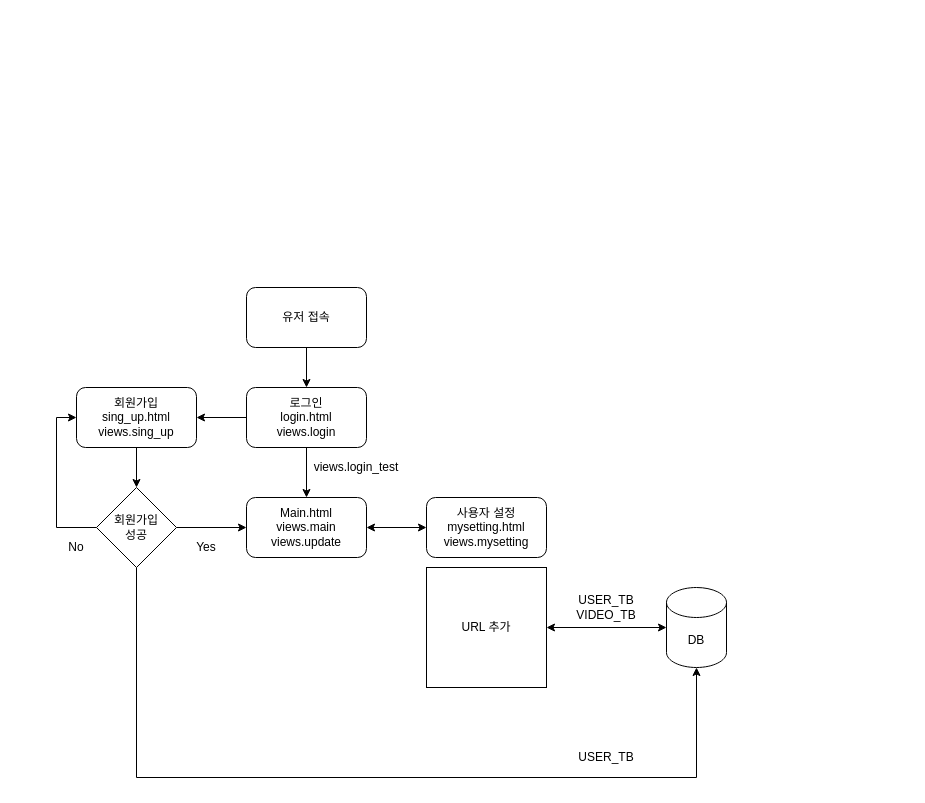
Earlier version of the draw.io diagram my_cache_server.drawio (MyaGya/my_cache_server). Source tidied: cells renumbered, new cells numbered last; positions are measured from the earlier drawing's top-left corner, leaving out a move shared by most shapes. Both pictures are drawn from the tidied source at 100%, with x=0, y=0 at pixel (56, 287).
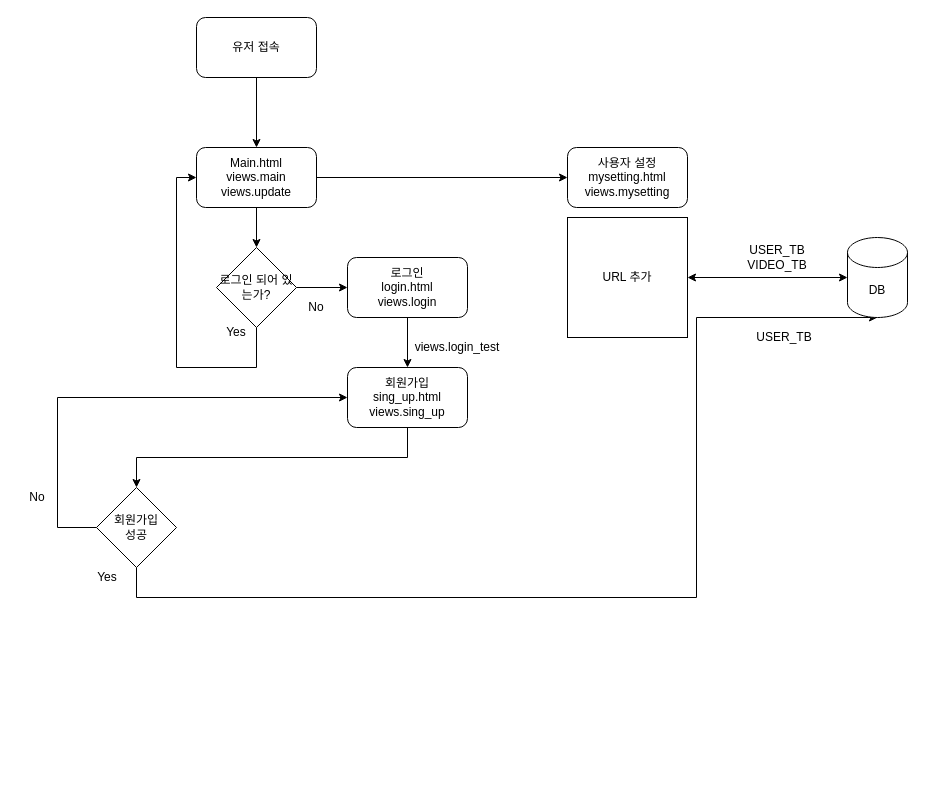
Above is the later version.

Unchanged cells that the change refers to:
```xml
<mxCell id="17" value="회원가입&lt;br&gt;성공" style="rhombus;whiteSpace=wrap;html=1;" parent="1" vertex="1">
  <mxGeometry x="40" y="200" width="80" height="80" as="geometry" />
</mxCell>
```

What changed in the source:
```diff
@@
-    <mxCell id="2" style="edgeStyle=orthogonalEdgeStyle;rounded=0;jettySize=auto;html=1;exitX=0.5;exitY=1;exitDx=0;exitDy=0;" parent="1" edge="1" source="3" target="5">
-      <mxGeometry relative="1" as="geometry" />
-    </mxCell>
+    <mxCell id="24" style="edgeStyle=orthogonalEdgeStyle;rounded=0;jettySize=auto;html=1;" parent="1" edge="1" source="3" target="6">
+      <mxGeometry relative="1" as="geometry" />
+    </mxCell>
     <mxCell id="3" value="유저 접속&lt;br&gt;" style="rounded=1;whiteSpace=wrap;html=1;" parent="1" vertex="1">
-      <mxGeometry x="190" width="120" height="60" as="geometry" />
+      <mxGeometry x="140" y="-270" width="120" height="60" as="geometry" />
     </mxCell>
@@
     <mxCell id="5" value="로그인&lt;br&gt;login.html&lt;br&gt;views.login" style="rounded=1;whiteSpace=wrap;html=1;" parent="1" vertex="1">
-      <mxGeometry x="190" y="100" width="120" height="60" as="geometry" />
+      <mxGeometry x="291" y="-30" width="120" height="60" as="geometry" />
     </mxCell>
+    <mxCell id="25" style="edgeStyle=orthogonalEdgeStyle;rounded=0;jettySize=auto;html=1;" parent="1" edge="1" source="6" target="28">
+      <mxGeometry relative="1" as="geometry" />
+    </mxCell>
+    <mxCell id="8" style="edgeStyle=orthogonalEdgeStyle;rounded=0;jettySize=auto;html=1;entryX=0;entryY=0.5;entryDx=0;entryDy=0;" parent="1" edge="1" source="6" target="9">
+      <mxGeometry relative="1" as="geometry" />
+    </mxCell>
     <mxCell id="6" value="Main.html&lt;br&gt;views.main&lt;br&gt;views.update" style="rounded=1;whiteSpace=wrap;html=1;" parent="1" vertex="1">
-      <mxGeometry x="190" y="210" width="120" height="60" as="geometry" />
+      <mxGeometry x="140" y="-140" width="120" height="60" as="geometry" />
     </mxCell>
-    <mxCell id="7" style="endArrow=classic;html=1;exitX=0.5;exitY=1;exitDx=0;exitDy=0;entryX=0.5;entryY=0;entryDx=0;entryDy=0;" parent="1" edge="1" source="5" target="6">
-      <mxGeometry relative="1" as="geometry" />
-    </mxCell>
-    <mxCell id="8" style="endArrow=classic;startArrow=classic;html=1;exitX=1;exitY=0.5;exitDx=0;exitDy=0;" parent="1" edge="1" source="6" target="9">
-      <mxGeometry relative="1" as="geometry" />
-    </mxCell>
     <mxCell id="9" value="사용자 설정&lt;br&gt;mysetting.html&lt;br&gt;views.mysetting" style="rounded=1;whiteSpace=wrap;html=1;" parent="1" vertex="1">
-      <mxGeometry x="370" y="210" width="120" height="60" as="geometry" />
+      <mxGeometry x="511" y="-140" width="120" height="60" as="geometry" />
     </mxCell>
     <mxCell id="10" value="URL 추가" style="whiteSpace=wrap;html=1;" parent="1" vertex="1">
-      <mxGeometry x="370" y="280" width="120" height="120" as="geometry" />
+      <mxGeometry x="511" y="-70" width="120" height="120" as="geometry" />
     </mxCell>
@@
     <mxCell id="12" value="회원가입&lt;br&gt;sing_up.html&lt;br&gt;views.sing_up" style="rounded=1;whiteSpace=wrap;html=1;" parent="1" vertex="1">
-      <mxGeometry x="20" y="100" width="120" height="60" as="geometry" />
+      <mxGeometry x="291" y="80" width="120" height="60" as="geometry" />
     </mxCell>
     <mxCell id="13" value="views.login_test" style="text;html=1;strokeColor=none;fillColor=none;align=center;verticalAlign=middle;whiteSpace=wrap;rounded=0;" parent="1" vertex="1">
-      <mxGeometry x="280" y="170" width="40" height="20" as="geometry" />
+      <mxGeometry x="381" y="50" width="40" height="20" as="geometry" />
     </mxCell>
-    <mxCell id="14" style="edgeStyle=orthogonalEdgeStyle;rounded=0;jettySize=auto;html=1;exitX=1;exitY=0.5;exitDx=0;exitDy=0;entryX=0;entryY=0.5;entryDx=0;entryDy=0;" parent="1" edge="1" source="17" target="6">
-      <mxGeometry relative="1" as="geometry" />
-    </mxCell>
+    <mxCell id="16" style="edgeStyle=orthogonalEdgeStyle;rounded=0;jettySize=auto;html=1;entryX=0.5;entryY=1;entryDx=0;entryDy=0;entryPerimeter=0;" parent="1" edge="1" source="17" target="21">
+      <mxGeometry relative="1" as="geometry">
+        <Array as="points">
+          <mxPoint x="80" y="310" />
+          <mxPoint x="640" y="310" />
+          <mxPoint x="640" y="30" />
+        </Array>
+      </mxGeometry>
+    </mxCell>
     <mxCell id="15" style="edgeStyle=orthogonalEdgeStyle;rounded=0;jettySize=auto;html=1;entryX=0;entryY=0.5;entryDx=0;entryDy=0;" parent="1" edge="1" source="17" target="12">
       <mxGeometry relative="1" as="geometry">
         <Array as="points">
-          <mxPoint y="240" />
-          <mxPoint y="130" />
+          <mxPoint x="1" y="240" />
+          <mxPoint x="1" y="110" />
         </Array>
       </mxGeometry>
     </mxCell>
-    <mxCell id="16" style="edgeStyle=orthogonalEdgeStyle;rounded=0;jettySize=auto;html=1;entryX=0.5;entryY=1;entryDx=0;entryDy=0;entryPerimeter=0;" parent="1" edge="1" source="17" target="21">
-      <mxGeometry relative="1" as="geometry">
-        <Array as="points">
-          <mxPoint x="80" y="490" />
-          <mxPoint x="640" y="490" />
-        </Array>
-      </mxGeometry>
-    </mxCell>
@@
     <mxCell id="18" value="Yes" style="text;html=1;strokeColor=none;fillColor=none;align=center;verticalAlign=middle;whiteSpace=wrap;rounded=0;" parent="1" vertex="1">
-      <mxGeometry x="130" y="250" width="40" height="20" as="geometry" />
+      <mxGeometry x="31" y="280" width="40" height="20" as="geometry" />
     </mxCell>
-    <mxCell id="19" value="No" style="text;html=1;strokeColor=none;fillColor=none;align=center;verticalAlign=middle;whiteSpace=wrap;rounded=0;" parent="1" vertex="1">
-      <mxGeometry y="250" width="40" height="20" as="geometry" />
-    </mxCell>
@@
     <mxCell id="21" value="DB" style="shape=cylinder3;whiteSpace=wrap;html=1;boundedLbl=1;backgroundOutline=1;size=15;" parent="1" vertex="1">
-      <mxGeometry x="610" y="300" width="60" height="80" as="geometry" />
+      <mxGeometry x="791" y="-50" width="60" height="80" as="geometry" />
     </mxCell>
     <mxCell id="22" value="USER_TB&lt;br&gt;VIDEO_TB" style="text;html=1;strokeColor=none;fillColor=none;align=center;verticalAlign=middle;whiteSpace=wrap;rounded=0;" parent="1" vertex="1">
-      <mxGeometry x="530" y="310" width="40" height="20" as="geometry" />
+      <mxGeometry x="701" y="-40" width="40" height="20" as="geometry" />
     </mxCell>
     <mxCell id="23" value="USER_TB" style="text;html=1;strokeColor=none;fillColor=none;align=center;verticalAlign=middle;whiteSpace=wrap;rounded=0;" parent="1" vertex="1">
-      <mxGeometry x="530" y="460" width="40" height="20" as="geometry" />
+      <mxGeometry x="708" y="40" width="40" height="20" as="geometry" />
     </mxCell>
+    <mxCell id="26" style="edgeStyle=orthogonalEdgeStyle;rounded=0;jettySize=auto;html=1;entryX=0;entryY=0.5;entryDx=0;entryDy=0;" parent="1" edge="1" source="28" target="6">
+      <mxGeometry relative="1" as="geometry">
+        <Array as="points">
+          <mxPoint x="200" y="80" />
+          <mxPoint x="120" y="80" />
+          <mxPoint x="120" y="-110" />
+        </Array>
+      </mxGeometry>
+    </mxCell>
+    <mxCell id="27" style="edgeStyle=orthogonalEdgeStyle;rounded=0;jettySize=auto;html=1;entryX=0;entryY=0.5;entryDx=0;entryDy=0;" parent="1" edge="1" source="28" target="5">
+      <mxGeometry relative="1" as="geometry" />
+    </mxCell>
+    <mxCell id="28" value="로그인 되어 있는가?" style="rhombus;whiteSpace=wrap;html=1;" parent="1" vertex="1">
+      <mxGeometry x="160" y="-40" width="80" height="80" as="geometry" />
+    </mxCell>
+    <mxCell id="29" value="Yes" style="text;html=1;strokeColor=none;fillColor=none;align=center;verticalAlign=middle;whiteSpace=wrap;rounded=0;" parent="1" vertex="1">
+      <mxGeometry x="160" y="30" width="40" height="30" as="geometry" />
+    </mxCell>
+    <mxCell id="30" value="No" style="text;html=1;strokeColor=none;fillColor=none;align=center;verticalAlign=middle;whiteSpace=wrap;rounded=0;" parent="1" vertex="1">
+      <mxGeometry x="240" y="10" width="40" height="20" as="geometry" />
+    </mxCell>
+    <mxCell id="31" value="No" style="text;html=1;strokeColor=none;fillColor=none;align=center;verticalAlign=middle;whiteSpace=wrap;rounded=0;" parent="1" vertex="1">
+      <mxGeometry x="-39" y="200" width="40" height="20" as="geometry" />
+    </mxCell>
```
